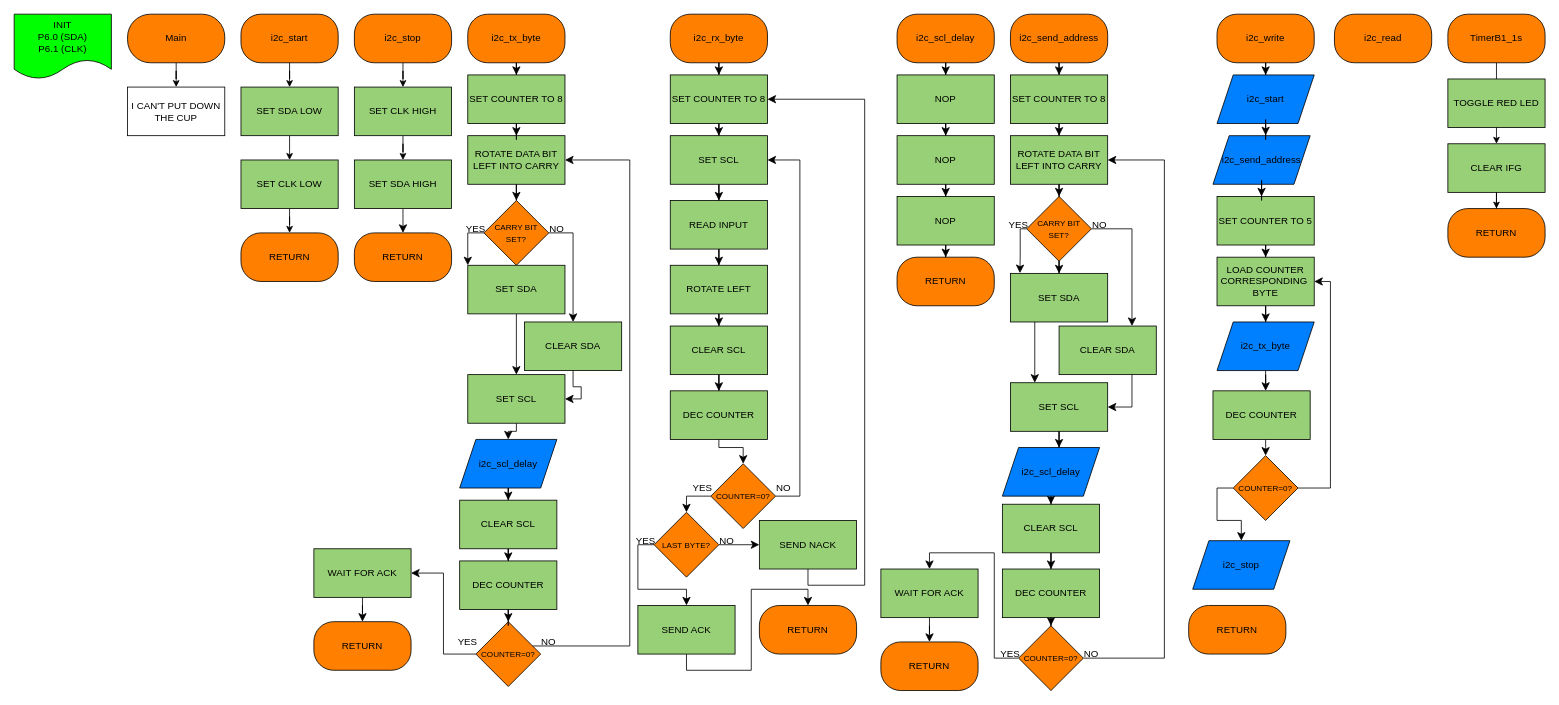
The draw.io diagram docs/assets/proj2-flowchart.drawio in msu-eele-465/project2-aaron-beau, before the edit. Source tidied: cells renumbered, new cells numbered last; positions are measured from the earlier drawing's top-left corner, leaving out a move shared by most shapes. Both pictures are drawn from the tidied source at 81%, with x=0, y=0 at pixel (14, 14).
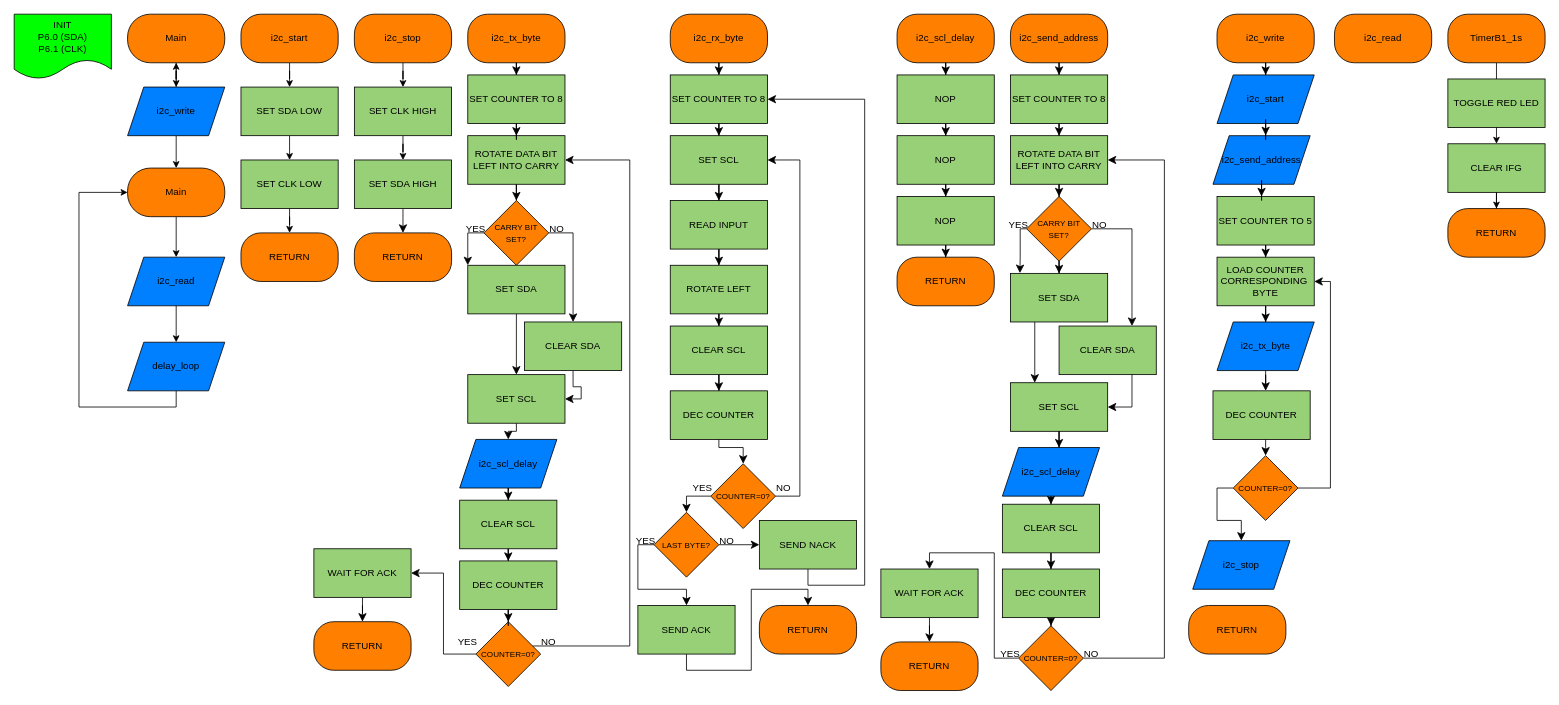
The same diagram, later.

Commit message:
Main subroutine Upadated Added to the main subroutine to include the write, read, and delay that is included within the main section of the code

The change refers to these unchanged cells:
```xml
<mxCell id="5" value="Main" style="rounded=1;whiteSpace=wrap;html=1;fillColor=#FF8000;arcSize=47;" parent="1" vertex="1">
  <mxGeometry x="140" width="120" height="60" as="geometry" />
</mxCell>
```

The edit, as a diff of the source:
```diff
@@
-    <mxCell id="2" value="I CAN'T PUT DOWN THE CUP" style="rounded=0;whiteSpace=wrap;html=1;" parent="1" vertex="1">
-      <mxGeometry x="140" y="90" width="120" height="60" as="geometry" />
-    </mxCell>
@@
-    <mxCell id="4" style="edgeStyle=orthogonalEdgeStyle;rounded=0;jettySize=auto;html=1;" parent="1" edge="1" source="5" target="2">
-      <mxGeometry relative="1" as="geometry" />
+    <mxCell id="4" style="edgeStyle=orthogonalEdgeStyle;rounded=0;jettySize=auto;html=1;" parent="1" edge="1" source="5">
+      <mxGeometry relative="1" as="geometry">
+        <mxPoint x="200" y="90" as="targetPoint" />
+      </mxGeometry>
     </mxCell>
@@
+    <mxCell id="148" style="edgeStyle=orthogonalEdgeStyle;rounded=0;jettySize=auto;html=1;" parent="1" edge="1" source="150" target="5">
+      <mxGeometry relative="1" as="geometry" />
+    </mxCell>
+    <mxCell id="149" style="edgeStyle=orthogonalEdgeStyle;rounded=0;jettySize=auto;html=1;exitX=0.5;exitY=1;exitDx=0;exitDy=0;entryX=0.5;entryY=0;entryDx=0;entryDy=0;" parent="1" edge="1" source="150" target="152">
+      <mxGeometry relative="1" as="geometry" />
+    </mxCell>
+    <mxCell id="150" value="i2c_write" style="shape=parallelogram;perimeter=parallelogramPerimeter;whiteSpace=wrap;html=1;fixedSize=1;fillColor=#007FFF;rounded=0;" parent="1" vertex="1">
+      <mxGeometry x="140" y="90" width="120" height="60" as="geometry" />
+    </mxCell>
+    <mxCell id="151" style="edgeStyle=orthogonalEdgeStyle;rounded=0;jettySize=auto;html=1;exitX=0.5;exitY=1;exitDx=0;exitDy=0;entryX=0.5;entryY=0;entryDx=0;entryDy=0;" parent="1" edge="1" source="152" target="156">
+      <mxGeometry relative="1" as="geometry" />
+    </mxCell>
+    <mxCell id="152" value="Main" style="rounded=1;whiteSpace=wrap;html=1;fillColor=#FF8000;arcSize=47;" parent="1" vertex="1">
+      <mxGeometry x="140" y="190" width="120" height="60" as="geometry" />
+    </mxCell>
+    <mxCell id="153" style="edgeStyle=orthogonalEdgeStyle;rounded=0;jettySize=auto;html=1;exitX=0.5;exitY=1;exitDx=0;exitDy=0;entryX=0;entryY=0.5;entryDx=0;entryDy=0;" parent="1" edge="1" source="154" target="152">
+      <mxGeometry relative="1" as="geometry">
+        <Array as="points">
+          <mxPoint x="200" y="485" />
+          <mxPoint x="80" y="485" />
+          <mxPoint x="80" y="220" />
+        </Array>
+      </mxGeometry>
+    </mxCell>
+    <mxCell id="154" value="delay_loop" style="shape=parallelogram;perimeter=parallelogramPerimeter;whiteSpace=wrap;html=1;fixedSize=1;fillColor=#007FFF;rounded=0;" parent="1" vertex="1">
+      <mxGeometry x="140" y="405" width="120" height="60" as="geometry" />
+    </mxCell>
+    <mxCell id="155" style="edgeStyle=orthogonalEdgeStyle;rounded=0;jettySize=auto;html=1;exitX=0.5;exitY=1;exitDx=0;exitDy=0;entryX=0.5;entryY=0;entryDx=0;entryDy=0;" parent="1" edge="1" source="156" target="154">
+      <mxGeometry relative="1" as="geometry" />
+    </mxCell>
+    <mxCell id="156" value="i2c_read" style="shape=parallelogram;perimeter=parallelogramPerimeter;whiteSpace=wrap;html=1;fixedSize=1;fillColor=#007FFF;rounded=0;" parent="1" vertex="1">
+      <mxGeometry x="140" y="300" width="120" height="60" as="geometry" />
+    </mxCell>
```
